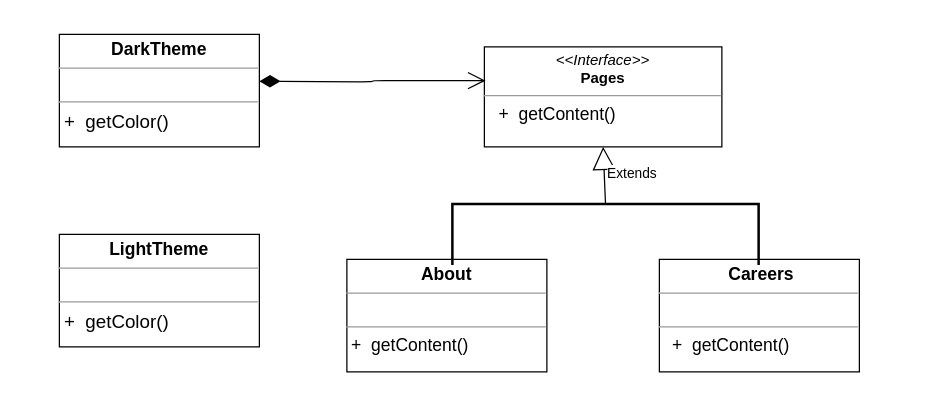
Before: structural/bridge/bridge.drawio in MaksShadows/Patterns, a draw.io diagram. Source tidied: cells renumbered, new cells numbered last; positions are measured from the earlier drawing's top-left corner, leaving out a move shared by most shapes. Both pictures are drawn from the tidied source at 125%, with x=0, y=0 at pixel (59, 34).
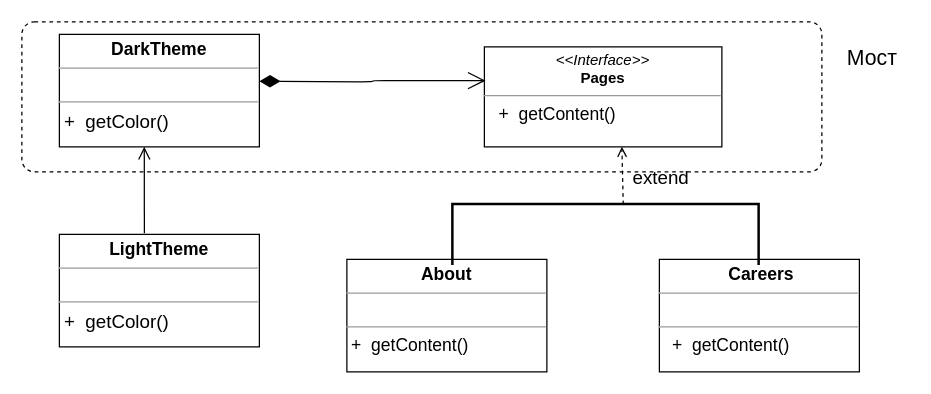
After the change.

The edit, as a diff of the source:
```diff
@@
 <mxGraphModel>
   <root>
     <mxCell id="0" />
     <mxCell id="1" parent="0" />
     <mxCell id="2" value="&lt;p style=&quot;margin: 0px ; margin-top: 4px ; text-align: center&quot;&gt;&lt;i&gt;&amp;lt;&amp;lt;Interface&amp;gt;&amp;gt;&lt;/i&gt;&lt;br&gt;&lt;b&gt;Pages&lt;/b&gt;&lt;/p&gt;&lt;hr size=&quot;1&quot;&gt;&lt;p style=&quot;text-align: justify ; margin: 0px 0px 0px 4px&quot;&gt;&lt;font style=&quot;font-size: 14px&quot;&gt;&amp;nbsp; +&amp;nbsp;&amp;nbsp;getContent()&lt;/font&gt;&lt;/p&gt;" style="verticalAlign=top;align=left;overflow=fill;fontSize=12;fontFamily=Helvetica;html=1;" parent="1" vertex="1">
       <mxGeometry x="340" y="10" width="190" height="80" as="geometry" />
     </mxCell>
     <mxCell id="3" value="&lt;p style=&quot;margin: 0px ; margin-top: 4px ; text-align: center&quot;&gt;&lt;span style=&quot;font-size: 14px&quot;&gt;&lt;b&gt;About&lt;/b&gt;&lt;/span&gt;&lt;br&gt;&lt;/p&gt;&lt;hr size=&quot;1&quot;&gt;&lt;p style=&quot;margin: 0px ; margin-left: 4px&quot;&gt;&lt;br&gt;&lt;/p&gt;&lt;hr size=&quot;1&quot;&gt;&lt;p style=&quot;margin: 0px 0px 0px 4px ; font-size: 14px&quot;&gt;&lt;/p&gt;&lt;span style=&quot;font-size: 14px ; text-align: justify&quot;&gt;&amp;nbsp;+&amp;nbsp;&amp;nbsp;getContent()&lt;/span&gt;" style="verticalAlign=top;align=left;overflow=fill;fontSize=12;fontFamily=Helvetica;html=1;" parent="1" vertex="1">
       <mxGeometry x="230" y="180" width="160" height="90" as="geometry" />
     </mxCell>
     <mxCell id="4" value="&lt;p style=&quot;margin: 0px ; margin-top: 4px ; text-align: center&quot;&gt;&lt;b&gt;&amp;nbsp;&lt;font style=&quot;font-size: 14px&quot;&gt;Careers&lt;/font&gt;&lt;/b&gt;&lt;br&gt;&lt;/p&gt;&lt;hr size=&quot;1&quot;&gt;&lt;p style=&quot;margin: 0px ; margin-left: 4px&quot;&gt;&lt;br&gt;&lt;/p&gt;&lt;hr size=&quot;1&quot;&gt;&lt;p style=&quot;margin: 0px ; margin-left: 4px&quot;&gt;&lt;span&gt;&amp;nbsp;&amp;nbsp;&lt;/span&gt;&lt;span style=&quot;font-size: 14px&quot;&gt;+&amp;nbsp;&amp;nbsp;getContent()&lt;/span&gt;&lt;br&gt;&lt;/p&gt;&lt;p style=&quot;margin: 0px ; margin-left: 4px&quot;&gt;&lt;br&gt;&lt;/p&gt;" style="verticalAlign=top;align=left;overflow=fill;fontSize=12;fontFamily=Helvetica;html=1;" parent="1" vertex="1">
       <mxGeometry x="480" y="180" width="160" height="90" as="geometry" />
     </mxCell>
     <mxCell id="5" style="strokeWidth=2;html=1;shape=mxgraph.flowchart.annotation_1;align=left;rotation=90;" parent="1" vertex="1">
       <mxGeometry x="412.5" y="37.5" width="48.8" height="245" as="geometry" />
     </mxCell>
-    <mxCell id="6" value="Extends" style="endArrow=block;endSize=16;endFill=0;html=1;entryX=0.5;entryY=1;entryDx=0;entryDy=0;exitX=0;exitY=0.5;exitDx=0;exitDy=0;exitPerimeter=0;" parent="1" edge="1" source="5" target="2">
-      <mxGeometry x="0.03" y="-22" relative="1" as="geometry" />
-    </mxCell>
     <mxCell id="7" value="&lt;p style=&quot;margin: 0px ; margin-top: 4px ; text-align: center&quot;&gt;&lt;span style=&quot;font-size: 14px&quot;&gt;&lt;b&gt;DarkTheme&lt;/b&gt;&lt;/span&gt;&lt;br&gt;&lt;/p&gt;&lt;hr size=&quot;1&quot;&gt;&lt;p style=&quot;margin: 0px ; margin-left: 4px&quot;&gt;&lt;br&gt;&lt;/p&gt;&lt;hr size=&quot;1&quot;&gt;&lt;p style=&quot;margin: 0px 0px 0px 4px ; font-size: 14px&quot;&gt;&lt;/p&gt;&lt;span style=&quot;text-align: justify&quot;&gt;&lt;font style=&quot;font-size: 15px&quot;&gt;&amp;nbsp;+&amp;nbsp;&amp;nbsp;getColor()&lt;/font&gt;&lt;/span&gt;" style="verticalAlign=top;align=left;overflow=fill;fontSize=12;fontFamily=Helvetica;html=1;" parent="1" vertex="1">
       <mxGeometry width="160" height="90" as="geometry" />
     </mxCell>
     <mxCell id="8" value="&lt;p style=&quot;margin: 0px ; margin-top: 4px ; text-align: center&quot;&gt;&lt;span style=&quot;font-size: 14px&quot;&gt;&lt;b&gt;&amp;nbsp;LightTheme&amp;nbsp;&lt;/b&gt;&lt;/span&gt;&lt;br&gt;&lt;/p&gt;&lt;hr size=&quot;1&quot;&gt;&lt;p style=&quot;margin: 0px ; margin-left: 4px&quot;&gt;&lt;br&gt;&lt;/p&gt;&lt;hr size=&quot;1&quot;&gt;&lt;p style=&quot;margin: 0px 0px 0px 4px ; font-size: 14px&quot;&gt;&lt;/p&gt;&lt;span style=&quot;text-align: justify&quot;&gt;&lt;font style=&quot;font-size: 15px&quot;&gt;&amp;nbsp;+&amp;nbsp;&amp;nbsp;getColor()&lt;/font&gt;&lt;/span&gt;" style="verticalAlign=top;align=left;overflow=fill;fontSize=12;fontFamily=Helvetica;html=1;" parent="1" vertex="1">
       <mxGeometry y="160" width="160" height="90" as="geometry" />
     </mxCell>
     <mxCell id="9" style="endArrow=open;html=1;endSize=12;startArrow=diamondThin;startSize=14;startFill=1;edgeStyle=orthogonalEdgeStyle;align=left;verticalAlign=bottom;entryX=0.005;entryY=0.338;entryDx=0;entryDy=0;entryPerimeter=0;" parent="1" edge="1" target="2">
       <mxGeometry x="-0.67" y="28" relative="1" as="geometry">
         <mxPoint x="160" y="37.5" as="sourcePoint" />
         <mxPoint y="1" as="offset" />
       </mxGeometry>
     </mxCell>
+    <mxCell id="10" style="html=1;align=center;verticalAlign=top;rounded=1;absoluteArcSize=1;arcSize=20;dashed=1;fillColor=none;" parent="1" vertex="1">
+      <mxGeometry x="-30" y="-10" width="640" height="120" as="geometry" />
+    </mxCell>
+    <mxCell id="11" value="&lt;font style=&quot;font-size: 17px&quot;&gt;Мост&lt;/font&gt;" style="text;html=1;align=center;verticalAlign=middle;fillColor=none;strokeColor=none;rounded=0;" parent="1" vertex="1">
+      <mxGeometry x="620" y="10" width="60" height="20" as="geometry" />
+    </mxCell>
+    <mxCell id="12" value="&lt;font style=&quot;font-size: 15px&quot;&gt;extend&lt;/font&gt;" style="html=1;verticalAlign=bottom;labelBackgroundColor=none;endArrow=open;endFill=0;dashed=1;entryX=0.75;entryY=0.833;entryDx=0;entryDy=0;entryPerimeter=0;exitX=0.008;exitY=0.442;exitDx=0;exitDy=0;exitPerimeter=0;" parent="1" edge="1" source="5" target="10">
+      <mxGeometry x="-0.6" y="-30" relative="1" as="geometry" />
+    </mxCell>
+    <mxCell id="13" style="endArrow=open;startArrow=none;endFill=0;startFill=0;endSize=8;html=1;verticalAlign=bottom;labelBackgroundColor=none;strokeWidth=1;exitX=0.425;exitY=-0.011;exitDx=0;exitDy=0;exitPerimeter=0;entryX=0.153;entryY=0.833;entryDx=0;entryDy=0;entryPerimeter=0;" parent="1" edge="1" source="8" target="10">
+      <mxGeometry relative="1" as="geometry" />
+    </mxCell>
   </root>
 </mxGraphModel>
```
